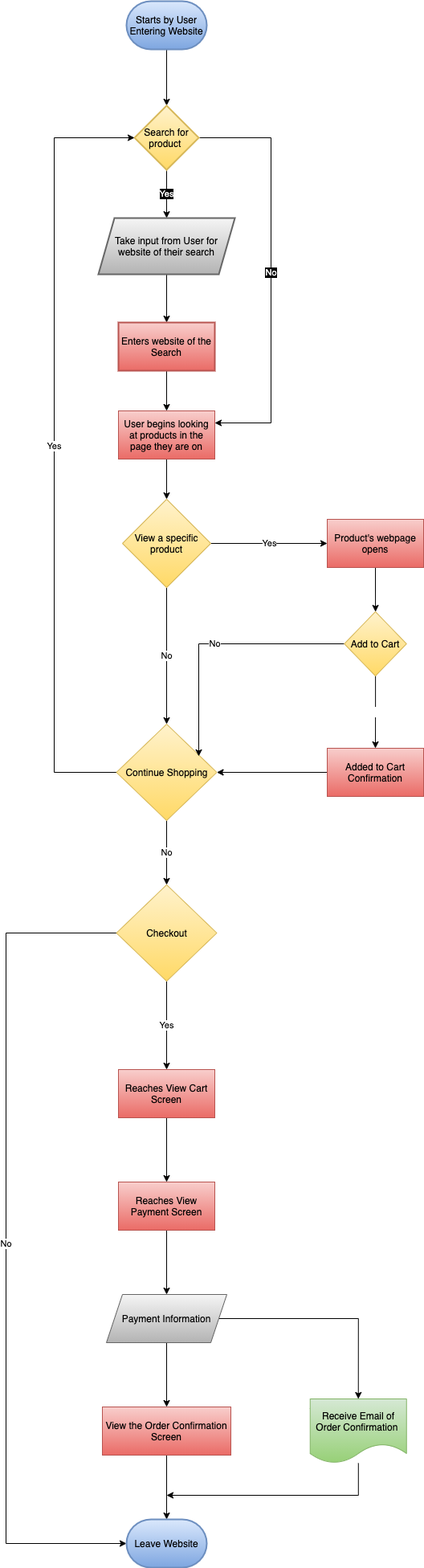
The draw.io diagram part2/part2.drawio.png in gaurav-dheeraj/sp21-cse110-lab4, before a commit. Source tidied: cells renumbered, new cells last; positions are measured from the earlier drawing's top-left corner, leaving out a move shared by most shapes.
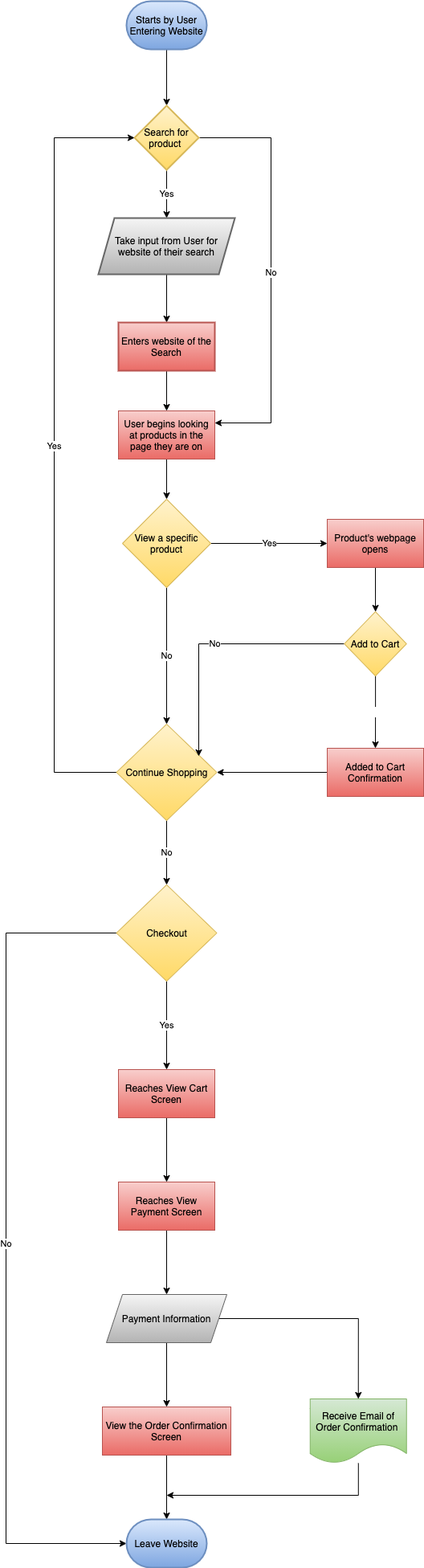
After the commit.

Commit message:
Change color part2

What changed in the source:
```diff
@@ -8,7 +8,7 @@
     <mxCell id="3" value="&lt;font color=&quot;#000000&quot;&gt;Starts by User Entering Website&lt;/font&gt;" style="strokeWidth=2;html=1;shape=mxgraph.flowchart.terminator;whiteSpace=wrap;fillColor=#dae8fc;strokeColor=#6c8ebf;gradientColor=#7ea6e0;" parent="1" vertex="1">
       <mxGeometry x="150" width="100" height="60" as="geometry" />
     </mxCell>
-    <mxCell id="4" value="&lt;font color=&quot;#ffffff&quot; style=&quot;background-color: rgb(0 , 0 , 0)&quot;&gt;No&lt;/font&gt;" style="edgeStyle=orthogonalEdgeStyle;rounded=0;jettySize=auto;html=1;entryX=1;entryY=0.25;entryDx=0;entryDy=0;" parent="1" edge="1" source="6" target="12">
+    <mxCell id="4" value="&lt;font style=&quot;background-color: rgb(255 , 255 , 255)&quot; color=&quot;#000000&quot;&gt;No&lt;/font&gt;" style="edgeStyle=orthogonalEdgeStyle;rounded=0;jettySize=auto;html=1;entryX=1;entryY=0.25;entryDx=0;entryDy=0;" parent="1" edge="1" source="6" target="12">
       <mxGeometry relative="1" as="geometry">
         <Array as="points">
           <mxPoint x="330" y="170" />
@@ -16,7 +16,7 @@
         </Array>
       </mxGeometry>
     </mxCell>
-    <mxCell id="5" value="&lt;font color=&quot;#ffffff&quot; style=&quot;background-color: rgb(0 , 0 , 0)&quot;&gt;Yes&lt;/font&gt;" style="edgeStyle=orthogonalEdgeStyle;rounded=0;jettySize=auto;html=1;" parent="1" edge="1" source="6" target="8">
+    <mxCell id="5" value="&lt;font style=&quot;background-color: rgb(255 , 255 , 255)&quot; color=&quot;#000000&quot;&gt;Yes&lt;/font&gt;" style="edgeStyle=orthogonalEdgeStyle;rounded=0;jettySize=auto;html=1;" parent="1" edge="1" source="6" target="8">
       <mxGeometry relative="1" as="geometry" />
     </mxCell>
     <mxCell id="6" value="&lt;font color=&quot;#000000&quot;&gt;Search for product&amp;nbsp;&lt;/font&gt;" style="rhombus;whiteSpace=wrap;html=1;strokeColor=#d6b656;strokeWidth=2;fillColor=#fff2cc;gradientColor=#ffd966;" parent="1" vertex="1">
```
